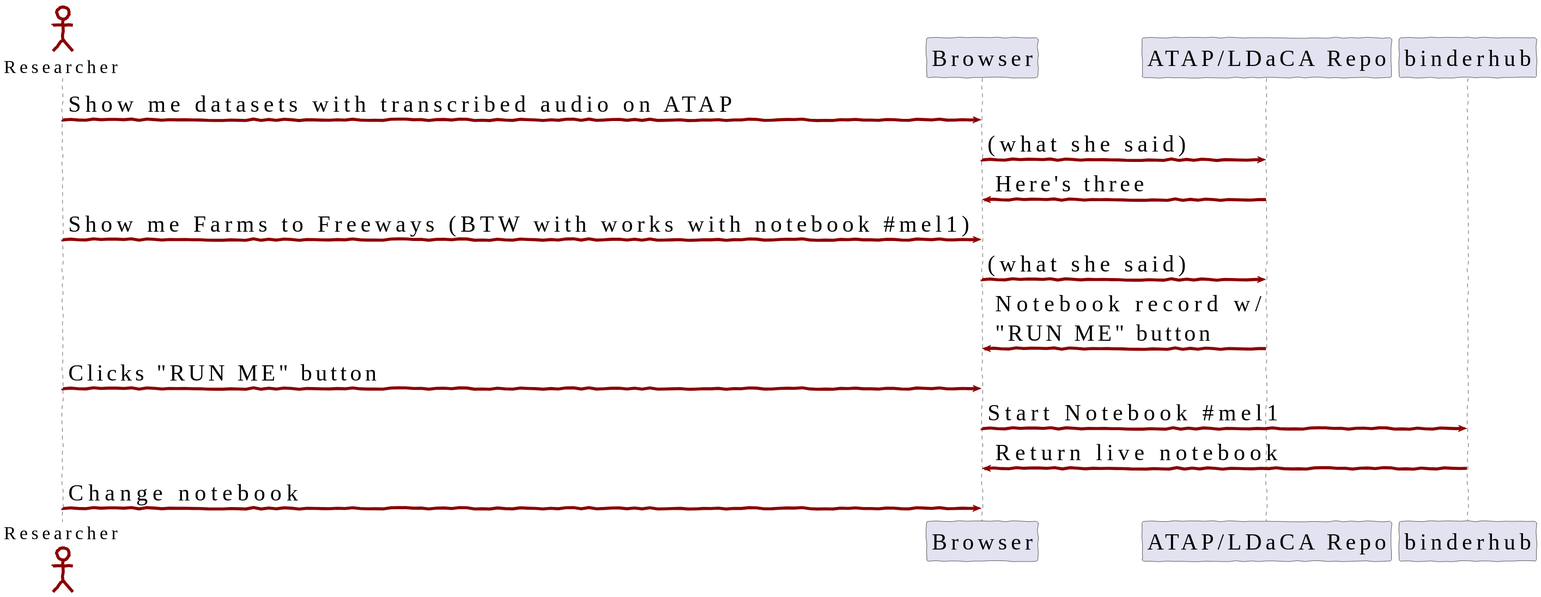
Above: atap/atap-interaction-fetch-transcription.svg in Language-Research-Technology/plantuml-diagrams (PlantUML), before the change.
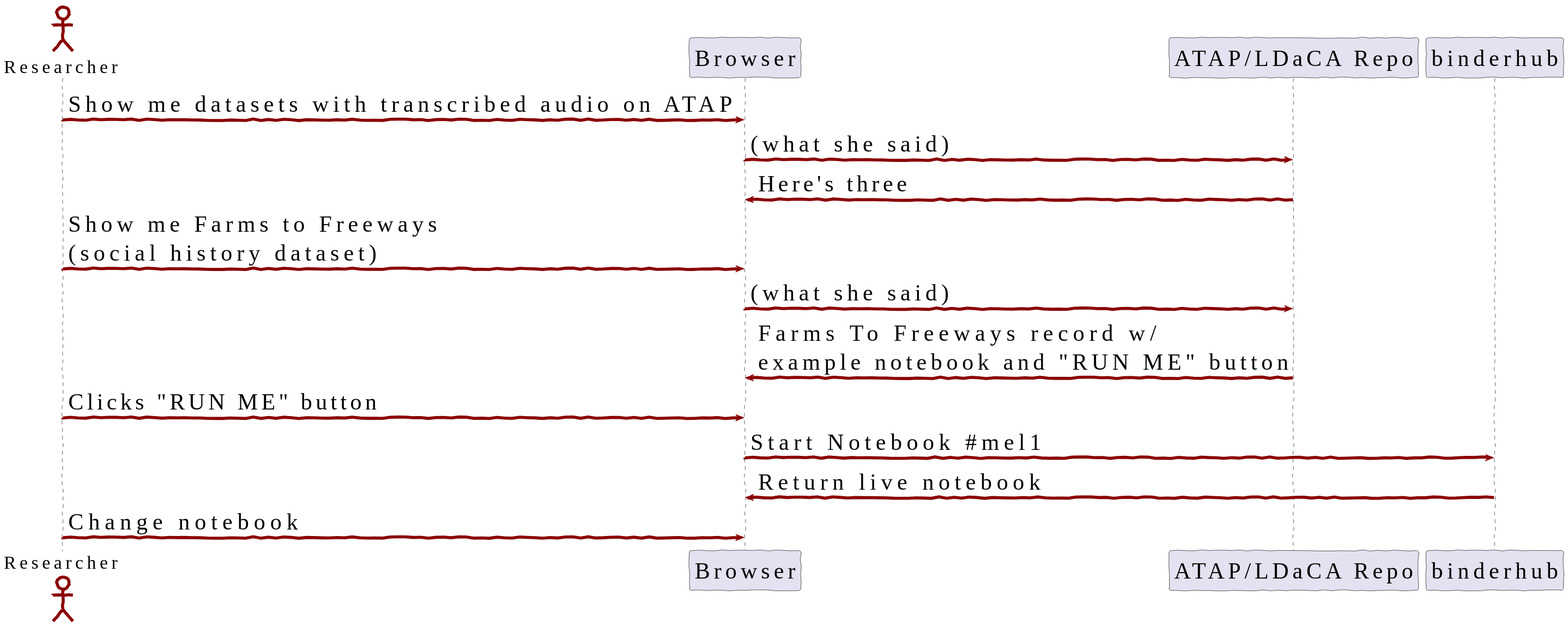
The same diagram one commit later.

Commit message:
Fixed farms to freeways diagram

Diff of the diagram source:
```diff
@@ -8,9 +8,9 @@
    r -> "Browser" as b : Show me datasets with transcribed audio on ATAP
    b -> "ATAP/LDaCA Repo" as port : (what she said)
    port -> b : Here's three
-   r -> b : Show me Farms to Freeways (BTW with works with notebook #mel1)
+   r -> b : Show me Farms to Freeways\n(social history dataset)
    b -> "ATAP/LDaCA Repo" as port : (what she said)
-   port -> b : Notebook record w/\n"RUN ME" button
+   port -> b : Farms To Freeways record w/\nexample notebook and "RUN ME" button
    r -> b: Clicks "RUN ME" button
    b -> binderhub : Start Notebook #mel1
    binderhub -> b : Return live notebook
```
